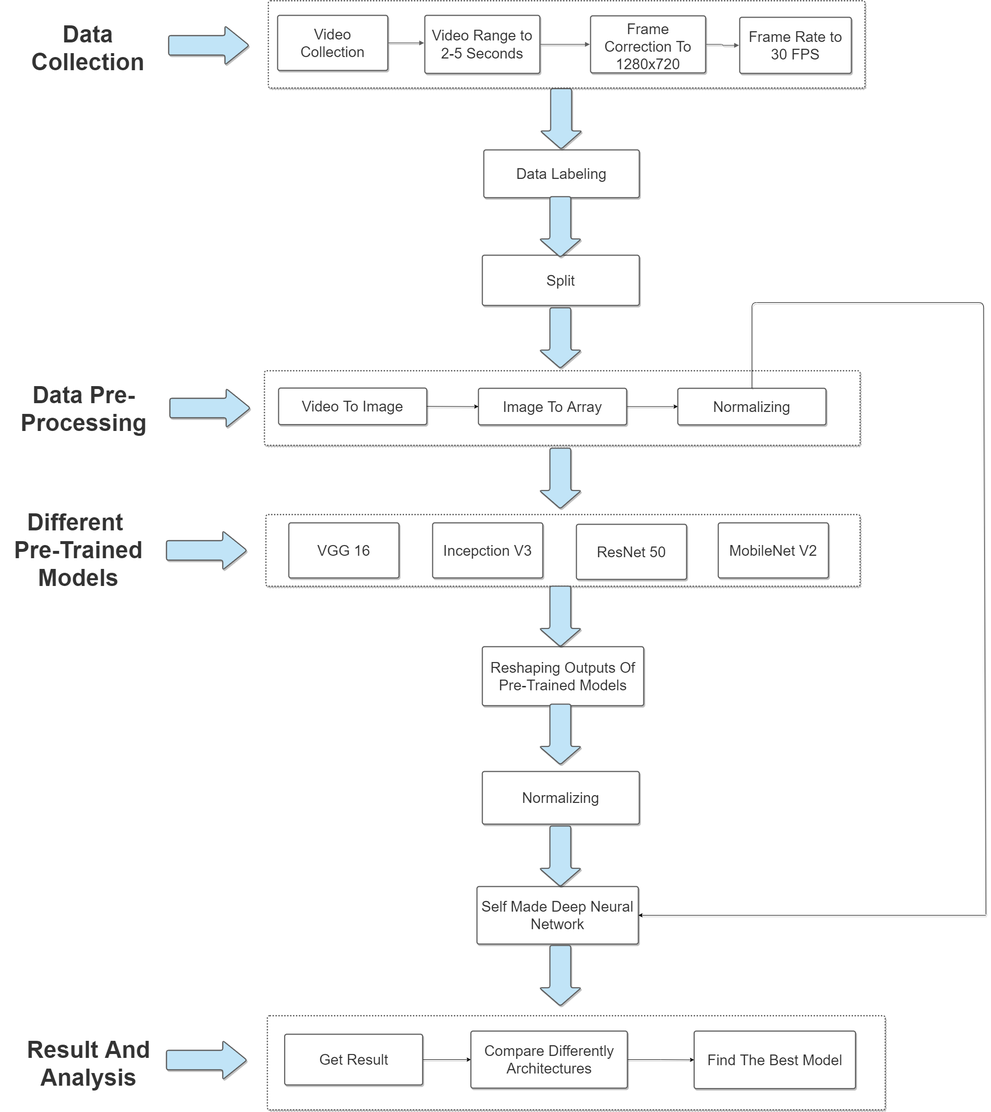
Sakibapon/BRAC keeps this draw.io diagram as Workflow.png. Above is the earlier version. Source tidied: cells renumbered, new cells last; positions are measured from the earlier drawing's top-left corner, leaving out a move shared by most shapes.
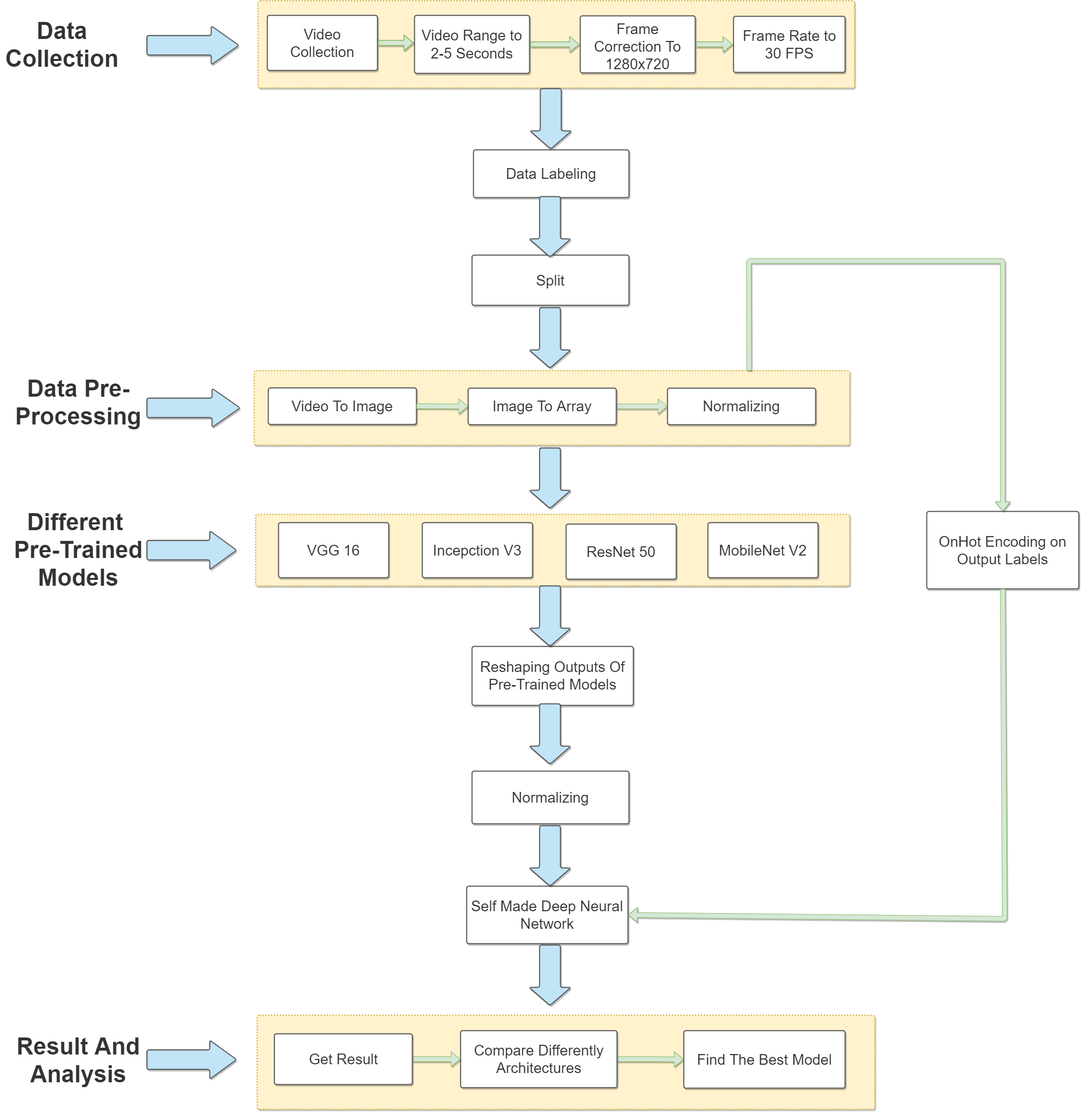
After the change.

Diff of the diagram source:
```diff
@@ -2,14 +2,14 @@
   <root>
     <mxCell id="0" />
     <mxCell id="1" parent="0" />
-    <mxCell id="2" style="html=1;overflow=block;blockSpacing=1;whiteSpace=wrap;whiteSpace=wrap;fontSize=13;spacing=9;strokeColor=#5e5e5e;strokeOpacity=100;rounded=1;absoluteArcSize=1;arcSize=9;dashed=1;fixDash=1;strokeWidth=2.3;shadow=1;" parent="1" vertex="1">
+    <mxCell id="2" style="html=1;overflow=block;blockSpacing=1;whiteSpace=wrap;whiteSpace=wrap;fontSize=13;spacing=9;strokeColor=#d6b656;strokeOpacity=100;rounded=1;absoluteArcSize=1;arcSize=9;dashed=1;fixDash=1;strokeWidth=2.3;shadow=1;fillColor=#fff2cc;" parent="1" vertex="1">
       <mxGeometry x="549" width="1224" height="179" as="geometry" />
     </mxCell>
     <mxCell id="3" value="&lt;div style=&quot;display: flex ; justify-content: center ; align-items: baseline ; line-height: 1.25 ; margin-top: -2px ; font-size: 30px&quot;&gt;&lt;span style=&quot;color: rgb(51 , 51 , 51)&quot;&gt;Video Range to 2-5 Seconds&lt;/span&gt;&lt;/div&gt;" style="html=1;overflow=block;blockSpacing=1;whiteSpace=wrap;whiteSpace=wrap;fontSize=13;spacing=9;strokeColor=#5e5e5e;strokeOpacity=100;rounded=1;absoluteArcSize=1;arcSize=9;strokeWidth=2.3;shadow=1;align=center;" parent="1" vertex="1">
       <mxGeometry x="870" y="30" width="236" height="119" as="geometry" />
     </mxCell>
     <mxCell id="4" value="&lt;font style=&quot;font-size: 48px&quot;&gt;Data Collection&lt;/font&gt;" style="html=1;overflow=block;blockSpacing=1;whiteSpace=wrap;whiteSpace=wrap;fontSize=30;fontColor=#333333;fontStyle=1;spacing=3.8;strokeOpacity=0;fillOpacity=0;rounded=1;absoluteArcSize=1;arcSize=9;fillColor=#ffffff;strokeWidth=2.3;shadow=1;" parent="1" vertex="1">
-      <mxGeometry x="53" y="37" width="252" height="60" as="geometry" />
+      <mxGeometry x="21" y="30" width="252" height="60" as="geometry" />
     </mxCell>
     <mxCell id="5" value="&lt;font style=&quot;font-size: 30px&quot;&gt;Frame Correction To 1280x720&lt;/font&gt;" style="html=1;overflow=block;blockSpacing=1;whiteSpace=wrap;whiteSpace=wrap;fontSize=16.7;fontColor=#333333;spacing=9;strokeColor=#5e5e5e;strokeOpacity=100;rounded=1;absoluteArcSize=1;arcSize=9;strokeWidth=2.3;shadow=1;" parent="1" vertex="1">
       <mxGeometry x="1210" y="31" width="236" height="117" as="geometry" />
@@ -18,15 +18,15 @@
       <mxGeometry x="568" y="30" width="226" height="113" as="geometry" />
     </mxCell>
     <mxCell id="7" value="&lt;font style=&quot;font-size: 30px&quot;&gt;Frame Rate to 30 FPS&lt;/font&gt;" style="html=1;overflow=block;blockSpacing=1;whiteSpace=wrap;whiteSpace=wrap;fontSize=16.7;fontColor=#333333;spacing=9;strokeColor=#5e5e5e;strokeOpacity=100;rounded=1;absoluteArcSize=1;arcSize=9;strokeWidth=2.3;shadow=1;" parent="1" vertex="1">
-      <mxGeometry x="1516" y="34" width="229" height="115" as="geometry" />
+      <mxGeometry x="1524.5" y="32" width="229" height="115" as="geometry" />
     </mxCell>
-    <mxCell id="8" style="html=1;jettySize=18;whiteSpace=wrap;fontSize=13;strokeColor=#5E5E5E;strokeWidth=1.5;rounded=1;arcSize=12;edgeStyle=orthogonalEdgeStyle;startArrow=none;endArrow=block;endFill=1;exitX=1.006;exitY=0.5;exitPerimeter=0;entryX=-0.006;entryY=0.476;entryPerimeter=0;shadow=1;" parent="1" edge="1" source="6" target="3">
+    <mxCell id="8" style="html=1;jettySize=18;whiteSpace=wrap;fontSize=13;strokeColor=#82b366;strokeWidth=1.5;rounded=1;arcSize=12;edgeStyle=orthogonalEdgeStyle;startArrow=none;endArrow=block;endFill=1;exitX=1.006;exitY=0.5;exitPerimeter=0;entryX=-0.006;entryY=0.476;entryPerimeter=0;shadow=1;shape=flexArrow;fillColor=#d5e8d4;" parent="1" edge="1" source="6" target="3">
       <mxGeometry relative="1" as="geometry" />
     </mxCell>
-    <mxCell id="9" style="html=1;jettySize=18;whiteSpace=wrap;fontSize=13;strokeColor=#5E5E5E;strokeWidth=1.5;rounded=1;arcSize=12;edgeStyle=orthogonalEdgeStyle;startArrow=none;endArrow=block;endFill=1;exitX=1.006;exitY=0.5;exitPerimeter=0;entryX=-0.006;entryY=0.5;entryPerimeter=0;shadow=1;" parent="1" edge="1" source="3" target="5">
+    <mxCell id="9" style="html=1;jettySize=18;whiteSpace=wrap;fontSize=13;strokeColor=#82b366;strokeWidth=1.5;rounded=1;arcSize=12;edgeStyle=orthogonalEdgeStyle;startArrow=none;endArrow=block;endFill=1;exitX=1.006;exitY=0.5;exitPerimeter=0;entryX=-0.006;entryY=0.5;entryPerimeter=0;shadow=1;shape=flexArrow;fillColor=#d5e8d4;" parent="1" edge="1" source="3" target="5">
       <mxGeometry relative="1" as="geometry" />
     </mxCell>
-    <mxCell id="10" style="html=1;jettySize=18;whiteSpace=wrap;fontSize=13;strokeColor=#5E5E5E;strokeWidth=1.5;rounded=1;arcSize=12;edgeStyle=orthogonalEdgeStyle;startArrow=none;endArrow=block;endFill=1;exitX=1.006;exitY=0.5;exitPerimeter=0;entryX=-0.006;entryY=0.5;entryPerimeter=0;shadow=1;" parent="1" edge="1" source="5" target="7">
+    <mxCell id="10" style="html=1;jettySize=18;whiteSpace=wrap;fontSize=13;strokeColor=#82b366;strokeWidth=1.5;rounded=1;arcSize=12;edgeStyle=orthogonalEdgeStyle;startArrow=none;endArrow=block;endFill=1;exitX=1.006;exitY=0.5;exitPerimeter=0;entryX=-0.006;entryY=0.5;entryPerimeter=0;shadow=1;shape=flexArrow;fillColor=#d5e8d4;" parent="1" edge="1" source="5" target="7">
       <mxGeometry relative="1" as="geometry" />
     </mxCell>
     <mxCell id="11" value="Data Labeling" style="html=1;overflow=block;blockSpacing=1;whiteSpace=wrap;whiteSpace=wrap;fontSize=30;fontColor=#333333;spacing=9;strokeColor=#5e5e5e;strokeOpacity=100;rounded=1;absoluteArcSize=1;arcSize=9;strokeWidth=2.3;shadow=1;" parent="1" vertex="1">
@@ -36,42 +36,42 @@
       <mxGeometry x="988" y="522" width="322" height="103" as="geometry" />
     </mxCell>
     <mxCell id="13" style="shape=singleArrow;arrowWidth=0.5;arrowSize=0.3;whiteSpace=wrap;fontSize=13;spacing=3.8;strokeColor=#5e5e5e;strokeOpacity=100;fillOpacity=100;rounded=1;absoluteArcSize=1;arcSize=9;rotation=0;fillColor=#c1e4f7;strokeWidth=2.3;html=1;shadow=1;" parent="1" vertex="1">
-      <mxGeometry x="344.5" y="51.5" width="165" height="80" as="geometry" />
+      <mxGeometry x="321" y="51.5" width="188.5" height="80" as="geometry" />
     </mxCell>
-    <mxCell id="14" style="html=1;overflow=block;blockSpacing=1;whiteSpace=wrap;whiteSpace=wrap;fontSize=13;spacing=9;strokeColor=#5e5e5e;strokeOpacity=100;rounded=1;absoluteArcSize=1;arcSize=9;dashed=1;fixDash=1;strokeWidth=2.3;shadow=1;" parent="1" vertex="1">
+    <mxCell id="14" style="html=1;overflow=block;blockSpacing=1;whiteSpace=wrap;whiteSpace=wrap;fontSize=13;spacing=9;strokeColor=#d6b656;strokeOpacity=100;rounded=1;absoluteArcSize=1;arcSize=9;dashed=1;fixDash=1;strokeWidth=2.3;shadow=1;fillColor=#fff2cc;" parent="1" vertex="1">
       <mxGeometry x="541" y="759" width="1222" height="153" as="geometry" />
     </mxCell>
     <mxCell id="15" value="Video To Image" style="html=1;overflow=block;blockSpacing=1;whiteSpace=wrap;whiteSpace=wrap;fontSize=30;fontColor=#333333;spacing=9;strokeColor=#5e5e5e;strokeOpacity=100;rounded=1;absoluteArcSize=1;arcSize=9;strokeWidth=2.3;shadow=1;" parent="1" vertex="1">
       <mxGeometry x="570" y="794.5" width="304" height="75" as="geometry" />
     </mxCell>
-    <mxCell id="16" style="edgeStyle=orthogonalEdgeStyle;rounded=0;jettySize=auto;html=1;shadow=1;" parent="1" edge="1" source="17" target="26">
+    <mxCell id="16" style="edgeStyle=orthogonalEdgeStyle;rounded=0;jettySize=auto;html=1;shadow=1;shape=flexArrow;fillColor=#d5e8d4;strokeColor=#82b366;" parent="1" edge="1" source="17" target="26">
       <mxGeometry relative="1" as="geometry" />
     </mxCell>
     <mxCell id="17" value="Image To Array" style="html=1;overflow=block;blockSpacing=1;whiteSpace=wrap;whiteSpace=wrap;fontSize=30;fontColor=#333333;spacing=9;strokeColor=#5e5e5e;strokeOpacity=100;rounded=1;absoluteArcSize=1;arcSize=9;strokeWidth=2.3;shadow=1;" parent="1" vertex="1">
       <mxGeometry x="980" y="795" width="304" height="75" as="geometry" />
     </mxCell>
     <mxCell id="18" value="&lt;font style=&quot;font-size: 48px&quot;&gt;Data Pre-Processing&lt;/font&gt;" style="html=1;overflow=block;blockSpacing=1;whiteSpace=wrap;whiteSpace=wrap;fontSize=30;fontColor=#333333;fontStyle=1;spacing=3.8;strokeOpacity=0;fillOpacity=0;rounded=1;absoluteArcSize=1;arcSize=9;fillColor=#ffffff;strokeWidth=2.3;shadow=1;" parent="1" vertex="1">
-      <mxGeometry x="11" y="777" width="319" height="60" as="geometry" />
+      <mxGeometry x="21" y="764" width="319" height="60" as="geometry" />
     </mxCell>
     <mxCell id="19" style="shape=singleArrow;arrowWidth=0.5;arrowSize=0.3;whiteSpace=wrap;fontSize=13;spacing=3.8;strokeColor=#5e5e5e;strokeOpacity=100;fillOpacity=100;rounded=1;absoluteArcSize=1;arcSize=9;rotation=90;fillColor=#c1e4f7;strokeWidth=2.3;html=1;shadow=1;" parent="1" vertex="1">
       <mxGeometry x="1087.6" y="199.4" width="124" height="85.8" as="geometry" />
     </mxCell>
-    <mxCell id="20" style="endArrow=classic;html=1;exitX=1;exitY=0.5;exitDx=0;exitDy=0;entryX=0;entryY=0.5;entryDx=0;entryDy=0;shadow=1;" parent="1" edge="1" source="15" target="17">
+    <mxCell id="20" style="endArrow=classic;html=1;exitX=1;exitY=0.5;exitDx=0;exitDy=0;entryX=0;entryY=0.5;entryDx=0;entryDy=0;shadow=1;shape=flexArrow;fillColor=#d5e8d4;strokeColor=#82b366;" parent="1" edge="1" source="15" target="17">
       <mxGeometry relative="1" as="geometry" />
     </mxCell>
     <mxCell id="21" value="Normalizing" style="html=1;overflow=block;blockSpacing=1;whiteSpace=wrap;whiteSpace=wrap;fontSize=30;fontColor=#333333;spacing=9;strokeColor=#5e5e5e;strokeOpacity=100;rounded=1;absoluteArcSize=1;arcSize=9;strokeWidth=2.3;shadow=1;" parent="1" vertex="1">
       <mxGeometry x="988" y="1581" width="322" height="108" as="geometry" />
     </mxCell>
     <mxCell id="22" value="&lt;font style=&quot;font-size: 48px&quot;&gt;Different &lt;br&gt;Pre-Trained Models&lt;/font&gt;" style="html=1;overflow=block;blockSpacing=1;whiteSpace=wrap;whiteSpace=wrap;fontSize=30;fontColor=#333333;fontStyle=1;spacing=3.8;strokeOpacity=0;fillOpacity=0;rounded=1;absoluteArcSize=1;arcSize=9;fillColor=#ffffff;strokeWidth=2.3;shadow=1;" parent="1" vertex="1">
-      <mxGeometry y="1038" width="319" height="60" as="geometry" />
+      <mxGeometry x="21" y="1038" width="319" height="60" as="geometry" />
     </mxCell>
-    <mxCell id="23" style="html=1;overflow=block;blockSpacing=1;whiteSpace=wrap;whiteSpace=wrap;fontSize=13;spacing=9;strokeColor=#5e5e5e;strokeOpacity=100;rounded=1;absoluteArcSize=1;arcSize=9;dashed=1;fixDash=1;strokeWidth=2.3;shadow=1;" parent="1" vertex="1">
+    <mxCell id="23" style="html=1;overflow=block;blockSpacing=1;whiteSpace=wrap;whiteSpace=wrap;fontSize=13;spacing=9;strokeOpacity=100;rounded=1;absoluteArcSize=1;arcSize=9;dashed=1;fixDash=1;strokeWidth=2.3;shadow=1;sketch=0;glass=0;fillColor=#fff2cc;strokeColor=#d6b656;" parent="1" vertex="1">
       <mxGeometry x="544" y="1054" width="1219" height="147" as="geometry" />
     </mxCell>
     <mxCell id="24" value="Reshaping Outputs Of Pre-Trained Models" style="html=1;overflow=block;blockSpacing=1;whiteSpace=wrap;whiteSpace=wrap;fontSize=30;fontColor=#333333;spacing=9;strokeColor=#5e5e5e;strokeOpacity=100;rounded=1;absoluteArcSize=1;arcSize=9;strokeWidth=2.3;shadow=1;" parent="1" vertex="1">
       <mxGeometry x="988" y="1325" width="331" height="121" as="geometry" />
     </mxCell>
-    <mxCell id="25" style="html=1;overflow=block;blockSpacing=1;whiteSpace=wrap;whiteSpace=wrap;fontSize=13;spacing=9;strokeColor=#5e5e5e;strokeOpacity=100;rounded=1;absoluteArcSize=1;arcSize=9;dashed=1;fixDash=1;strokeWidth=2.3;shadow=1;" parent="1" vertex="1">
+    <mxCell id="25" style="html=1;overflow=block;blockSpacing=1;whiteSpace=wrap;whiteSpace=wrap;fontSize=13;spacing=9;strokeColor=#d6b656;strokeOpacity=100;rounded=1;absoluteArcSize=1;arcSize=9;dashed=1;fixDash=1;strokeWidth=2.3;shadow=1;fillColor=#fff2cc;" parent="1" vertex="1">
       <mxGeometry x="547" y="2082" width="1267.5" height="193" as="geometry" />
     </mxCell>
     <mxCell id="26" value="Normalizing" style="html=1;overflow=block;blockSpacing=1;whiteSpace=wrap;whiteSpace=wrap;fontSize=30;fontColor=#333333;spacing=9;strokeColor=#5e5e5e;strokeOpacity=100;rounded=1;absoluteArcSize=1;arcSize=9;strokeWidth=2.3;shadow=1;" parent="1" vertex="1">
@@ -80,29 +80,29 @@
     <mxCell id="27" value="Self Made Deep Neural Network" style="html=1;overflow=block;blockSpacing=1;whiteSpace=wrap;whiteSpace=wrap;fontSize=30;fontColor=#333333;spacing=9;strokeColor=#5e5e5e;strokeOpacity=100;rounded=1;absoluteArcSize=1;arcSize=9;strokeWidth=2.3;shadow=1;" parent="1" vertex="1">
       <mxGeometry x="977" y="1817" width="331" height="118" as="geometry" />
     </mxCell>
-    <mxCell id="28" style="edgeStyle=orthogonalEdgeStyle;rounded=0;jettySize=auto;html=1;shadow=1;" parent="1" edge="1" source="29" target="31">
+    <mxCell id="28" style="edgeStyle=orthogonalEdgeStyle;rounded=0;jettySize=auto;html=1;shadow=1;shape=flexArrow;fillColor=#d5e8d4;strokeColor=#82b366;" parent="1" edge="1" source="29" target="31">
       <mxGeometry relative="1" as="geometry" />
     </mxCell>
     <mxCell id="29" value="Compare Differently Architectures" style="html=1;overflow=block;blockSpacing=1;whiteSpace=wrap;whiteSpace=wrap;fontSize=30;fontColor=#333333;spacing=9;strokeColor=#5e5e5e;strokeOpacity=100;rounded=1;absoluteArcSize=1;arcSize=9;strokeWidth=2.3;shadow=1;" parent="1" vertex="1">
       <mxGeometry x="964.5" y="2113.5" width="321" height="117" as="geometry" />
     </mxCell>
     <mxCell id="30" value="&lt;font style=&quot;font-size: 48px&quot;&gt;Result And Analysis&lt;/font&gt;" style="html=1;overflow=block;blockSpacing=1;whiteSpace=wrap;whiteSpace=wrap;fontSize=30;fontColor=#333333;fontStyle=1;spacing=3.8;strokeOpacity=0;fillOpacity=0;rounded=1;absoluteArcSize=1;arcSize=9;fillColor=#ffffff;strokeWidth=2.3;shadow=1;" parent="1" vertex="1">
-      <mxGeometry x="21" y="2120" width="319" height="60" as="geometry" />
+      <mxGeometry x="21" y="2113.5" width="319" height="60" as="geometry" />
     </mxCell>
     <mxCell id="31" value="Find The Best Model" style="html=1;overflow=block;blockSpacing=1;whiteSpace=wrap;whiteSpace=wrap;fontSize=30;fontColor=#333333;spacing=9;strokeColor=#5e5e5e;strokeOpacity=100;rounded=1;absoluteArcSize=1;arcSize=9;strokeWidth=2.3;shadow=1;" parent="1" vertex="1">
       <mxGeometry x="1422.5" y="2113.5" width="331" height="118" as="geometry" />
     </mxCell>
-    <mxCell id="32" style="edgeStyle=orthogonalEdgeStyle;rounded=0;jettySize=auto;html=1;shadow=1;" parent="1" edge="1" source="33" target="29">
+    <mxCell id="32" style="edgeStyle=orthogonalEdgeStyle;rounded=0;jettySize=auto;html=1;shadow=1;shape=flexArrow;fillColor=#d5e8d4;strokeColor=#82b366;" parent="1" edge="1" source="33" target="29">
       <mxGeometry relative="1" as="geometry" />
     </mxCell>
     <mxCell id="33" value="Get Result" style="html=1;overflow=block;blockSpacing=1;whiteSpace=wrap;whiteSpace=wrap;fontSize=30;fontColor=#333333;spacing=9;strokeColor=#5e5e5e;strokeOpacity=100;rounded=1;absoluteArcSize=1;arcSize=9;strokeWidth=2.3;shadow=1;" parent="1" vertex="1">
       <mxGeometry x="582.5" y="2120" width="283" height="104" as="geometry" />
     </mxCell>
     <mxCell id="34" style="shape=singleArrow;arrowWidth=0.5;arrowSize=0.3;whiteSpace=wrap;fontSize=13;spacing=3.8;strokeColor=#5e5e5e;strokeOpacity=100;fillOpacity=100;rounded=1;absoluteArcSize=1;arcSize=9;rotation=0;fillColor=#c1e4f7;strokeWidth=2.3;html=1;shadow=1;" parent="1" vertex="1">
-      <mxGeometry x="347" y="795.5" width="165" height="80" as="geometry" />
+      <mxGeometry x="321" y="795.5" width="191" height="80" as="geometry" />
     </mxCell>
     <mxCell id="35" style="shape=singleArrow;arrowWidth=0.5;arrowSize=0.3;whiteSpace=wrap;fontSize=13;spacing=3.8;strokeColor=#5e5e5e;strokeOpacity=100;fillOpacity=100;rounded=1;absoluteArcSize=1;arcSize=9;rotation=0;fillColor=#c1e4f7;strokeWidth=2.3;html=1;shadow=1;" parent="1" vertex="1">
-      <mxGeometry x="340" y="1087.5" width="165" height="80" as="geometry" />
+      <mxGeometry x="321" y="1087.5" width="184" height="80" as="geometry" />
     </mxCell>
     <mxCell id="36" style="shape=singleArrow;arrowWidth=0.5;arrowSize=0.3;whiteSpace=wrap;fontSize=13;spacing=3.8;strokeColor=#5e5e5e;strokeOpacity=100;fillOpacity=100;rounded=1;absoluteArcSize=1;arcSize=9;rotation=90;fillColor=#c1e4f7;strokeWidth=2.3;html=1;shadow=1;" parent="1" vertex="1">
       <mxGeometry x="1086" y="421" width="124" height="85.8" as="geometry" />
@@ -137,22 +137,26 @@
     <mxCell id="46" value="&lt;font style=&quot;font-size: 30px&quot;&gt;MobileNet V2&lt;/font&gt;" style="html=1;overflow=block;blockSpacing=1;whiteSpace=wrap;whiteSpace=wrap;fontSize=16.7;fontColor=#333333;spacing=9;strokeColor=#5e5e5e;strokeOpacity=100;rounded=1;absoluteArcSize=1;arcSize=9;strokeWidth=2.3;shadow=1;sketch=0;glass=0;" parent="1" vertex="1">
       <mxGeometry x="1472" y="1071" width="226" height="113" as="geometry" />
     </mxCell>
-    <mxCell id="47" style="endArrow=none;html=1;shadow=1;exitX=0.5;exitY=0;exitDx=0;exitDy=0;" parent="1" edge="1" source="26">
-      <mxGeometry relative="1" as="geometry">
-        <mxPoint x="2021" y="1874" as="targetPoint" />
-        <Array as="points">
-          <mxPoint x="1541" y="619" />
-          <mxPoint x="2016" y="619" />
-        </Array>
-      </mxGeometry>
-    </mxCell>
-    <mxCell id="48" style="endArrow=classic;html=1;shadow=1;entryX=1;entryY=0.5;entryDx=0;entryDy=0;" parent="1" edge="1" target="27">
-      <mxGeometry relative="1" as="geometry">
-        <mxPoint x="2021" y="1876" as="sourcePoint" />
-      </mxGeometry>
-    </mxCell>
     <mxCell id="49" style="shape=singleArrow;arrowWidth=0.5;arrowSize=0.3;whiteSpace=wrap;fontSize=13;spacing=3.8;strokeColor=#5e5e5e;strokeOpacity=100;fillOpacity=100;rounded=1;absoluteArcSize=1;arcSize=9;rotation=0;fillColor=#c1e4f7;strokeWidth=2.3;html=1;shadow=1;" parent="1" vertex="1">
-      <mxGeometry x="340" y="2133" width="165" height="80" as="geometry" />
+      <mxGeometry x="321" y="2133" width="184" height="80" as="geometry" />
     </mxCell>
+    <mxCell id="50" value="&lt;span style=&quot;font-size: 30px&quot;&gt;OnHot Encoding on Output Labels&lt;/span&gt;" style="html=1;overflow=block;blockSpacing=1;whiteSpace=wrap;whiteSpace=wrap;fontSize=16.7;fontColor=#333333;spacing=9;strokeColor=#5e5e5e;strokeOpacity=100;rounded=1;absoluteArcSize=1;arcSize=9;strokeWidth=2.3;shadow=1;sketch=0;glass=0;" parent="1" vertex="1">
+      <mxGeometry x="1921" y="1048" width="312" height="159" as="geometry" />
+    </mxCell>
+    <mxCell id="51" style="endArrow=classic;html=1;shadow=1;entryX=0.5;entryY=0;entryDx=0;entryDy=0;exitX=0.831;exitY=0;exitDx=0;exitDy=0;exitPerimeter=0;strokeWidth=1;shape=flexArrow;fillColor=#d5e8d4;strokeColor=#82b366;" parent="1" edge="1" source="14" target="50">
+      <mxGeometry relative="1" as="geometry">
+        <Array as="points">
+          <mxPoint x="1556" y="534" />
+          <mxPoint x="2077" y="534" />
+        </Array>
+      </mxGeometry>
+    </mxCell>
+    <mxCell id="52" style="endArrow=classic;html=1;shadow=1;strokeWidth=1;exitX=0.5;exitY=1;exitDx=0;exitDy=0;entryX=1;entryY=0.5;entryDx=0;entryDy=0;shape=flexArrow;fillColor=#d5e8d4;strokeColor=#82b366;" parent="1" edge="1" source="50" target="27">
+      <mxGeometry relative="1" as="geometry">
+        <Array as="points">
+          <mxPoint x="2081" y="1884" />
+        </Array>
+      </mxGeometry>
+    </mxCell>
   </root>
 </mxGraphModel>
```
